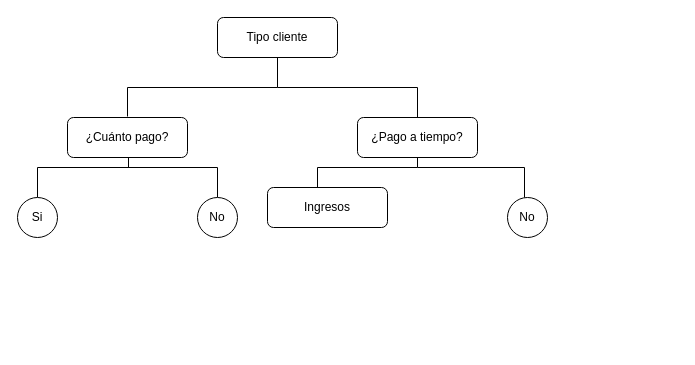
The draw.io diagram Untitled Diagram.drawio in CynthiaMaldonadoR/hello-world, before the edit. Source tidied: cells renumbered, new cells numbered last; positions are measured from the earlier drawing's top-left corner, leaving out a move shared by most shapes. Both pictures are drawn from the tidied source at 100%, with x=0, y=0 at pixel (17, 17).
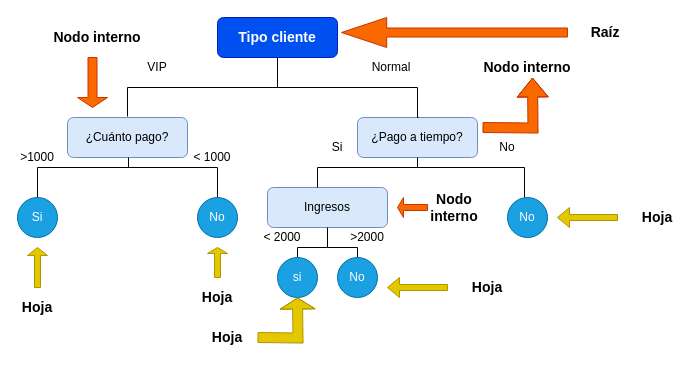
The same diagram, later.

Commit message:
arbol de decision

The edit, as a diff of the source:
```diff
@@
-    <mxCell id="2" value="Tipo cliente" style="rounded=1;whiteSpace=wrap;html=1;fontSize=12;glass=0;strokeWidth=1;shadow=0;" parent="1" vertex="1">
+    <mxCell id="2" value="&lt;b&gt;&lt;font style=&quot;font-size: 14px&quot;&gt;Tipo cliente&lt;/font&gt;&lt;/b&gt;" style="rounded=1;whiteSpace=wrap;html=1;fontSize=12;glass=0;strokeWidth=1;shadow=0;fillColor=#0050ef;strokeColor=#001DBC;fontColor=#ffffff;" parent="1" vertex="1">
       <mxGeometry x="200" width="120" height="40" as="geometry" />
     </mxCell>
-    <mxCell id="3" value="¿Pago a tiempo?" style="rounded=1;whiteSpace=wrap;html=1;fontSize=12;glass=0;strokeWidth=1;shadow=0;" parent="1" vertex="1">
+    <mxCell id="3" value="¿Pago a tiempo?" style="rounded=1;whiteSpace=wrap;html=1;fontSize=12;glass=0;strokeWidth=1;shadow=0;fillColor=#dae8fc;strokeColor=#6c8ebf;" parent="1" vertex="1">
       <mxGeometry x="340" y="100" width="120" height="40" as="geometry" />
     </mxCell>
-    <mxCell id="4" value="Ingresos" style="rounded=1;whiteSpace=wrap;html=1;fontSize=12;glass=0;strokeWidth=1;shadow=0;" parent="1" vertex="1">
+    <mxCell id="4" value="Ingresos" style="rounded=1;whiteSpace=wrap;html=1;fontSize=12;glass=0;strokeWidth=1;shadow=0;fillColor=#dae8fc;strokeColor=#6c8ebf;" parent="1" vertex="1">
       <mxGeometry x="250" y="170" width="120" height="40" as="geometry" />
     </mxCell>
-    <mxCell id="5" value="¿Cuánto pago?" style="rounded=1;whiteSpace=wrap;html=1;fontSize=12;glass=0;strokeWidth=1;shadow=0;" parent="1" vertex="1">
+    <mxCell id="5" value="¿Cuánto pago?" style="rounded=1;whiteSpace=wrap;html=1;fontSize=12;glass=0;strokeWidth=1;shadow=0;fillColor=#dae8fc;strokeColor=#6c8ebf;" parent="1" vertex="1">
       <mxGeometry x="50" y="100" width="120" height="40" as="geometry" />
     </mxCell>
@@
-    <mxCell id="10" value="No" style="ellipse;whiteSpace=wrap;html=1;" parent="1" vertex="1">
+    <mxCell id="10" value="No" style="ellipse;whiteSpace=wrap;html=1;fillColor=#1ba1e2;strokeColor=#006EAF;fontColor=#ffffff;" parent="1" vertex="1">
       <mxGeometry x="490" y="180" width="40" height="40" as="geometry" />
     </mxCell>
@@
-    <mxCell id="13" value="No" style="ellipse;whiteSpace=wrap;html=1;" parent="1" vertex="1">
+    <mxCell id="13" value="No" style="ellipse;whiteSpace=wrap;html=1;fillColor=#1ba1e2;strokeColor=#006EAF;fontColor=#ffffff;" parent="1" vertex="1">
       <mxGeometry x="180" y="180" width="40" height="40" as="geometry" />
     </mxCell>
-    <mxCell id="14" value="Si" style="ellipse;whiteSpace=wrap;html=1;" parent="1" vertex="1">
+    <mxCell id="14" value="Si" style="ellipse;whiteSpace=wrap;html=1;fillColor=#1ba1e2;strokeColor=#006EAF;fontColor=#ffffff;" parent="1" vertex="1">
       <mxGeometry y="180" width="40" height="40" as="geometry" />
     </mxCell>
+    <mxCell id="15" style="endArrow=none;html=1;rounded=0;edgeStyle=elbowEdgeStyle;elbow=vertical;exitX=0.5;exitY=0;exitDx=0;exitDy=0;" parent="1" edge="1" source="17">
+      <mxGeometry relative="1" as="geometry">
+        <mxPoint x="310" y="210" as="targetPoint" />
+        <Array as="points">
+          <mxPoint x="290" y="230" />
+        </Array>
+      </mxGeometry>
+    </mxCell>
+    <mxCell id="16" style="endArrow=none;html=1;rounded=0;edgeStyle=elbowEdgeStyle;" parent="1" edge="1">
+      <mxGeometry relative="1" as="geometry">
+        <mxPoint x="310" y="230" as="sourcePoint" />
+        <mxPoint x="340" y="240" as="targetPoint" />
+        <Array as="points">
+          <mxPoint x="340" y="230" />
+        </Array>
+      </mxGeometry>
+    </mxCell>
+    <mxCell id="17" value="si" style="ellipse;whiteSpace=wrap;html=1;fillColor=#1ba1e2;strokeColor=#006EAF;fontColor=#ffffff;" parent="1" vertex="1">
+      <mxGeometry x="260" y="240" width="40" height="40" as="geometry" />
+    </mxCell>
+    <mxCell id="18" value="No" style="ellipse;whiteSpace=wrap;html=1;fillColor=#1ba1e2;strokeColor=#006EAF;fontColor=#ffffff;" parent="1" vertex="1">
+      <mxGeometry x="320" y="240" width="40" height="40" as="geometry" />
+    </mxCell>
+    <mxCell id="19" value="&amp;gt;1000" style="text;html=1;strokeColor=none;fillColor=none;align=center;verticalAlign=middle;whiteSpace=wrap;rounded=0;" parent="1" vertex="1">
+      <mxGeometry y="130" width="40" height="20" as="geometry" />
+    </mxCell>
+    <mxCell id="20" value="&amp;lt; 1000" style="text;html=1;strokeColor=none;fillColor=none;align=center;verticalAlign=middle;whiteSpace=wrap;rounded=0;" parent="1" vertex="1">
+      <mxGeometry x="170" y="130" width="50" height="20" as="geometry" />
+    </mxCell>
+    <mxCell id="21" value="&amp;gt;2000" style="text;html=1;strokeColor=none;fillColor=none;align=center;verticalAlign=middle;whiteSpace=wrap;rounded=0;" parent="1" vertex="1">
+      <mxGeometry x="330" y="210" width="40" height="20" as="geometry" />
+    </mxCell>
+    <mxCell id="22" value="&amp;lt; 2000" style="text;html=1;strokeColor=none;fillColor=none;align=center;verticalAlign=middle;whiteSpace=wrap;rounded=0;" parent="1" vertex="1">
+      <mxGeometry x="240" y="210" width="50" height="20" as="geometry" />
+    </mxCell>
+    <mxCell id="23" value="VIP" style="text;html=1;strokeColor=none;fillColor=none;align=center;verticalAlign=middle;whiteSpace=wrap;rounded=0;" parent="1" vertex="1">
+      <mxGeometry x="120" y="40" width="40" height="20" as="geometry" />
+    </mxCell>
+    <mxCell id="24" value="Normal" style="text;html=1;strokeColor=none;fillColor=none;align=center;verticalAlign=middle;whiteSpace=wrap;rounded=0;" parent="1" vertex="1">
+      <mxGeometry x="354" y="40" width="40" height="20" as="geometry" />
+    </mxCell>
+    <mxCell id="25" value="Si" style="text;html=1;strokeColor=none;fillColor=none;align=center;verticalAlign=middle;whiteSpace=wrap;rounded=0;" parent="1" vertex="1">
+      <mxGeometry x="300" y="120" width="40" height="20" as="geometry" />
+    </mxCell>
+    <mxCell id="26" value="No" style="text;html=1;strokeColor=none;fillColor=none;align=center;verticalAlign=middle;whiteSpace=wrap;rounded=0;" parent="1" vertex="1">
+      <mxGeometry x="470" y="120" width="40" height="20" as="geometry" />
+    </mxCell>
+    <mxCell id="27" style="shape=singleArrow;direction=west;whiteSpace=wrap;html=1;fillColor=#fa6800;strokeColor=#C73500;fontColor=#000000;" parent="1" vertex="1">
+      <mxGeometry x="324" width="226" height="30" as="geometry" />
+    </mxCell>
+    <mxCell id="28" style="shape=singleArrow;direction=west;whiteSpace=wrap;html=1;fillColor=#e3c800;strokeColor=#B09500;fontColor=#000000;" parent="1" vertex="1">
+      <mxGeometry x="540" y="190" width="60" height="20" as="geometry" />
+    </mxCell>
+    <mxCell id="29" value="&lt;font style=&quot;vertical-align: inherit&quot; size=&quot;1&quot;&gt;&lt;b style=&quot;font-size: 14px&quot;&gt;Raíz&amp;nbsp;&lt;/b&gt;&lt;/font&gt;" style="text;html=1;strokeColor=none;fillColor=none;align=center;verticalAlign=middle;whiteSpace=wrap;rounded=0;" parent="1" vertex="1">
+      <mxGeometry x="570" y="5" width="40" height="20" as="geometry" />
+    </mxCell>
+    <mxCell id="30" value="&lt;font style=&quot;vertical-align: inherit&quot; size=&quot;1&quot;&gt;&lt;b style=&quot;font-size: 14px&quot;&gt;Hoja&lt;/b&gt;&lt;/font&gt;" style="text;html=1;strokeColor=none;fillColor=none;align=center;verticalAlign=middle;whiteSpace=wrap;rounded=0;" parent="1" vertex="1">
+      <mxGeometry x="620" y="190" width="40" height="20" as="geometry" />
+    </mxCell>
+    <mxCell id="31" value="&lt;font style=&quot;vertical-align: inherit&quot; size=&quot;1&quot;&gt;&lt;b style=&quot;font-size: 14px&quot;&gt;Hoja&lt;/b&gt;&lt;/font&gt;" style="text;html=1;strokeColor=none;fillColor=none;align=center;verticalAlign=middle;whiteSpace=wrap;rounded=0;" parent="1" vertex="1">
+      <mxGeometry x="450" y="260" width="40" height="20" as="geometry" />
+    </mxCell>
+    <mxCell id="32" style="shape=singleArrow;direction=west;whiteSpace=wrap;html=1;fillColor=#e3c800;strokeColor=#B09500;fontColor=#000000;" parent="1" vertex="1">
+      <mxGeometry x="370" y="260" width="60" height="20" as="geometry" />
+    </mxCell>
+    <mxCell id="33" style="shape=flexArrow;endArrow=classic;html=1;rounded=0;edgeStyle=orthogonalEdgeStyle;fillColor=#fa6800;strokeColor=#C73500;" parent="1" edge="1">
+      <mxGeometry relative="1" as="geometry">
+        <mxPoint x="465" y="110" as="sourcePoint" />
+        <mxPoint x="515" y="60" as="targetPoint" />
+      </mxGeometry>
+    </mxCell>
+    <mxCell id="34" style="shape=singleArrow;direction=north;whiteSpace=wrap;html=1;fillColor=#e3c800;strokeColor=#B09500;fontColor=#000000;" parent="1" vertex="1">
+      <mxGeometry x="190" y="230" width="20" height="30" as="geometry" />
+    </mxCell>
+    <mxCell id="35" style="shape=singleArrow;direction=north;whiteSpace=wrap;html=1;fillColor=#e3c800;strokeColor=#B09500;fontColor=#000000;" parent="1" vertex="1">
+      <mxGeometry x="10" y="230" width="20" height="40" as="geometry" />
+    </mxCell>
+    <mxCell id="36" style="shape=flexArrow;endArrow=classic;html=1;rounded=0;edgeStyle=orthogonalEdgeStyle;endWidth=24;endSize=3.33;fillColor=#e3c800;strokeColor=#B09500;" parent="1" edge="1">
+      <mxGeometry relative="1" as="geometry">
+        <mxPoint x="240" y="320" as="sourcePoint" />
+        <mxPoint x="280" y="280" as="targetPoint" />
+      </mxGeometry>
+    </mxCell>
+    <mxCell id="37" value="&lt;font style=&quot;vertical-align: inherit&quot; size=&quot;1&quot;&gt;&lt;b style=&quot;font-size: 14px&quot;&gt;Hoja&lt;/b&gt;&lt;/font&gt;" style="text;html=1;strokeColor=none;fillColor=none;align=center;verticalAlign=middle;whiteSpace=wrap;rounded=0;" parent="1" vertex="1">
+      <mxGeometry x="190" y="310" width="40" height="20" as="geometry" />
+    </mxCell>
+    <mxCell id="38" value="&lt;font style=&quot;vertical-align: inherit&quot; size=&quot;1&quot;&gt;&lt;b style=&quot;font-size: 14px&quot;&gt;Hoja&lt;/b&gt;&lt;/font&gt;" style="text;html=1;strokeColor=none;fillColor=none;align=center;verticalAlign=middle;whiteSpace=wrap;rounded=0;" parent="1" vertex="1">
+      <mxGeometry x="180" y="270" width="40" height="20" as="geometry" />
+    </mxCell>
+    <mxCell id="39" value="&lt;font style=&quot;vertical-align: inherit&quot; size=&quot;1&quot;&gt;&lt;b style=&quot;font-size: 14px&quot;&gt;Hoja&lt;/b&gt;&lt;/font&gt;" style="text;html=1;strokeColor=none;fillColor=none;align=center;verticalAlign=middle;whiteSpace=wrap;rounded=0;" parent="1" vertex="1">
+      <mxGeometry y="280" width="40" height="20" as="geometry" />
+    </mxCell>
+    <mxCell id="40" value="&lt;font style=&quot;vertical-align: inherit&quot; size=&quot;1&quot;&gt;&lt;b style=&quot;font-size: 14px&quot;&gt;Nodo interno&lt;/b&gt;&lt;/font&gt;" style="text;html=1;strokeColor=none;fillColor=none;align=center;verticalAlign=middle;whiteSpace=wrap;rounded=0;" parent="1" vertex="1">
+      <mxGeometry x="460" y="40" width="100" height="20" as="geometry" />
+    </mxCell>
+    <mxCell id="41" style="shape=singleArrow;direction=south;whiteSpace=wrap;html=1;fillColor=#fa6800;strokeColor=#C73500;fontColor=#000000;" parent="1" vertex="1">
+      <mxGeometry x="60" y="40" width="30" height="50" as="geometry" />
+    </mxCell>
+    <mxCell id="42" value="&lt;font style=&quot;vertical-align: inherit&quot; size=&quot;1&quot;&gt;&lt;b style=&quot;font-size: 14px&quot;&gt;Nodo interno&lt;/b&gt;&lt;/font&gt;" style="text;html=1;strokeColor=none;fillColor=none;align=center;verticalAlign=middle;whiteSpace=wrap;rounded=0;" parent="1" vertex="1">
+      <mxGeometry x="30" y="10" width="100" height="20" as="geometry" />
+    </mxCell>
+    <mxCell id="43" style="shape=singleArrow;direction=west;whiteSpace=wrap;html=1;fillColor=#fa6800;strokeColor=#C73500;fontColor=#000000;" parent="1" vertex="1">
+      <mxGeometry x="380" y="180" width="30" height="20" as="geometry" />
+    </mxCell>
+    <mxCell id="44" value="&lt;font style=&quot;vertical-align: inherit&quot; size=&quot;1&quot;&gt;&lt;b style=&quot;font-size: 14px&quot;&gt;Nodo interno&lt;/b&gt;&lt;/font&gt;" style="text;html=1;strokeColor=none;fillColor=none;align=center;verticalAlign=middle;whiteSpace=wrap;rounded=0;" parent="1" vertex="1">
+      <mxGeometry x="404" y="180" width="66" height="20" as="geometry" />
+    </mxCell>
```
